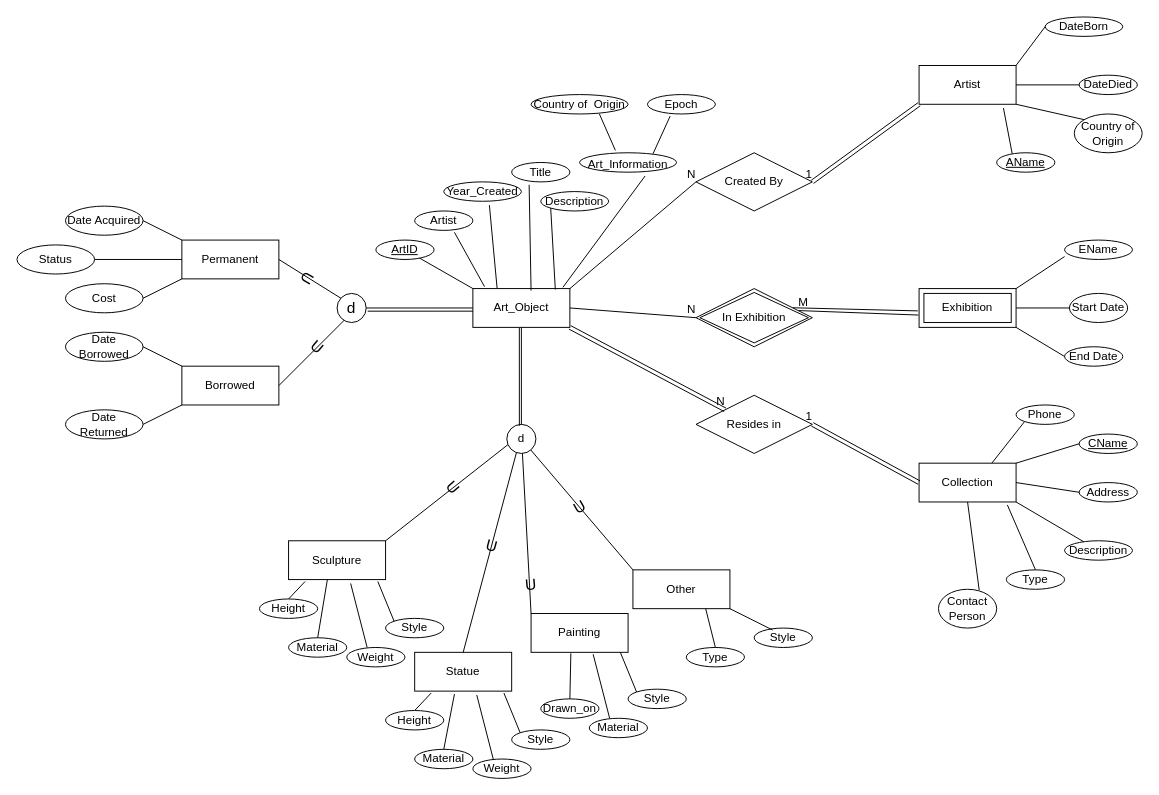
This is database design/eerdMusem.drawio from ENSF-300-F23/museum-project-l02-group-22, a draw.io file, before an edit. Source tidied: cells renumbered, new cells numbered last; positions are measured from the earlier drawing's top-left corner, leaving out a move shared by most shapes. Both pictures are drawn from the tidied source at 97%, with x=0, y=0 at pixel (16, 16).
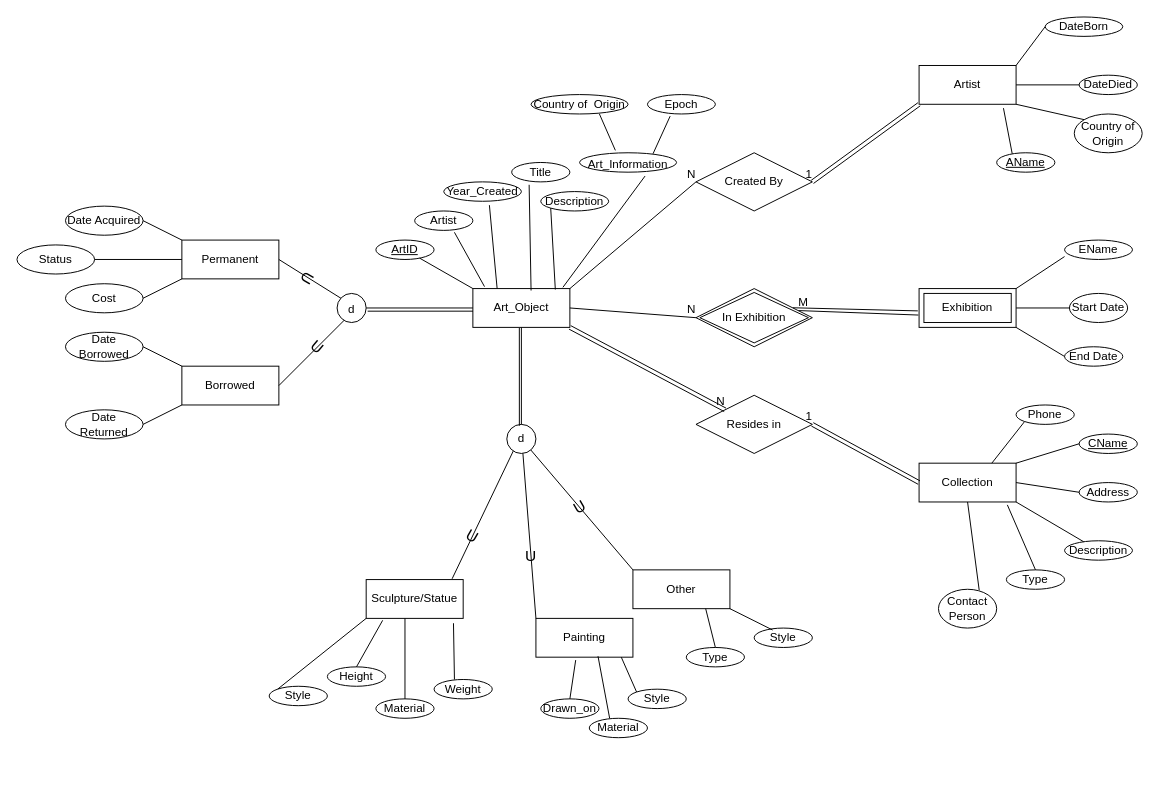
The same page after the edit.

Commit message (it also covers changes not shown here):
Added modifications to schema/eerd to match sql

Unchanged cells that the change refers to:
```xml
<mxCell id="36" value="Drawn_on" style="ellipse;whiteSpace=wrap;html=1;align=center;" parent="1" vertex="1">
  <mxGeometry x="540" y="703" width="60" height="20" as="geometry" />
</mxCell>
<mxCell id="37" value="Material" style="ellipse;whiteSpace=wrap;html=1;align=center;" parent="1" vertex="1">
  <mxGeometry x="590" y="723" width="60" height="20" as="geometry" />
</mxCell>
<mxCell id="38" value="Style" style="ellipse;whiteSpace=wrap;html=1;align=center;" parent="1" vertex="1">
  <mxGeometry x="630" y="693" width="60" height="20" as="geometry" />
</mxCell>
```

Diff of the diagram source:
```diff
@@
-    <mxCell id="3" value="Sculpture" style="whiteSpace=wrap;html=1;align=center;" parent="1" vertex="1">
-      <mxGeometry x="280" y="540" width="100" height="40" as="geometry" />
+    <mxCell id="3" value="Sculpture/Statue" style="whiteSpace=wrap;html=1;align=center;" parent="1" vertex="1">
+      <mxGeometry x="360" y="580" width="100" height="40" as="geometry" />
     </mxCell>
-    <mxCell id="4" value="Statue" style="whiteSpace=wrap;html=1;align=center;" parent="1" vertex="1">
-      <mxGeometry x="410" y="655" width="100" height="40" as="geometry" />
-    </mxCell>
     <mxCell id="5" value="Painting" style="whiteSpace=wrap;html=1;align=center;" parent="1" vertex="1">
-      <mxGeometry x="530" y="615" width="100" height="40" as="geometry" />
+      <mxGeometry x="535" y="620" width="100" height="40" as="geometry" />
     </mxCell>
@@
-    <mxCell id="9" style="endArrow=none;html=1;exitX=1;exitY=0;exitDx=0;exitDy=0;" parent="1" edge="1" source="3">
+    <mxCell id="9" style="endArrow=none;html=1;exitX=0.886;exitY=-0.02;exitDx=0;exitDy=0;exitPerimeter=0;" parent="1" edge="1" source="3">
       <mxGeometry relative="1" as="geometry">
         <mxPoint x="520" y="430" as="targetPoint" />
       </mxGeometry>
     </mxCell>
@@
-    <mxCell id="20" style="endArrow=none;html=1;entryX=0.17;entryY=1.05;entryDx=0;entryDy=0;entryPerimeter=0;" parent="1" edge="1" target="3">
-      <mxGeometry relative="1" as="geometry">
-        <mxPoint x="280" y="600" as="sourcePoint" />
-      </mxGeometry>
+    <mxCell id="20" style="endArrow=none;html=1;entryX=0.17;entryY=1.05;entryDx=0;entryDy=0;entryPerimeter=0;exitX=0.5;exitY=0;exitDx=0;exitDy=0;" parent="1" edge="1" source="21" target="3">
+      <mxGeometry relative="1" as="geometry" />
     </mxCell>
     <mxCell id="21" value="Height" style="ellipse;whiteSpace=wrap;html=1;align=center;" parent="1" vertex="1">
-      <mxGeometry x="250" y="600" width="60" height="20" as="geometry" />
+      <mxGeometry x="320" y="670" width="60" height="20" as="geometry" />
     </mxCell>
     <mxCell id="22" value="Material" style="ellipse;whiteSpace=wrap;html=1;align=center;" parent="1" vertex="1">
-      <mxGeometry x="280" y="640" width="60" height="20" as="geometry" />
+      <mxGeometry x="370" y="703" width="60" height="20" as="geometry" />
     </mxCell>
@@
     <mxCell id="24" value="Weight" style="ellipse;whiteSpace=wrap;html=1;align=center;" parent="1" vertex="1">
-      <mxGeometry x="340" y="650" width="60" height="20" as="geometry" />
+      <mxGeometry x="430" y="683" width="60" height="20" as="geometry" />
     </mxCell>
     <mxCell id="25" value="Style" style="ellipse;whiteSpace=wrap;html=1;align=center;" parent="1" vertex="1">
-      <mxGeometry x="380" y="620" width="60" height="20" as="geometry" />
+      <mxGeometry x="260" y="690" width="60" height="20" as="geometry" />
     </mxCell>
-    <mxCell id="26" style="endArrow=none;html=1;entryX=0.64;entryY=1.1;entryDx=0;entryDy=0;entryPerimeter=0;exitX=0.35;exitY=0;exitDx=0;exitDy=0;exitPerimeter=0;" parent="1" edge="1" source="24" target="3">
+    <mxCell id="26" style="endArrow=none;html=1;entryX=0.9;entryY=1.125;entryDx=0;entryDy=0;entryPerimeter=0;exitX=0.35;exitY=0;exitDx=0;exitDy=0;exitPerimeter=0;" parent="1" edge="1" source="24" target="3">
       <mxGeometry relative="1" as="geometry" />
     </mxCell>
-    <mxCell id="27" style="endArrow=none;html=1;entryX=0.92;entryY=1.05;entryDx=0;entryDy=0;entryPerimeter=0;exitX=0;exitY=0;exitDx=0;exitDy=0;" parent="1" edge="1" source="25" target="3">
+    <mxCell id="27" style="endArrow=none;html=1;entryX=0;entryY=1;entryDx=0;entryDy=0;exitX=0;exitY=0;exitDx=0;exitDy=0;" parent="1" edge="1" source="25" target="3">
       <mxGeometry relative="1" as="geometry" />
     </mxCell>
-    <mxCell id="28" style="endArrow=none;html=1;entryX=0.17;entryY=1.05;entryDx=0;entryDy=0;entryPerimeter=0;" parent="1" edge="1">
-      <mxGeometry relative="1" as="geometry">
-        <mxPoint x="410" y="715" as="sourcePoint" />
-        <mxPoint x="427" y="697" as="targetPoint" />
-      </mxGeometry>
-    </mxCell>
-    <mxCell id="29" value="Height" style="ellipse;whiteSpace=wrap;html=1;align=center;" parent="1" vertex="1">
-      <mxGeometry x="380" y="715" width="60" height="20" as="geometry" />
-    </mxCell>
-    <mxCell id="30" value="Material" style="ellipse;whiteSpace=wrap;html=1;align=center;" parent="1" vertex="1">
-      <mxGeometry x="410" y="755" width="60" height="20" as="geometry" />
-    </mxCell>
-    <mxCell id="31" value="Weight" style="ellipse;whiteSpace=wrap;html=1;align=center;" parent="1" vertex="1">
-      <mxGeometry x="470" y="765" width="60" height="20" as="geometry" />
-    </mxCell>
-    <mxCell id="32" value="Style" style="ellipse;whiteSpace=wrap;html=1;align=center;" parent="1" vertex="1">
-      <mxGeometry x="510" y="735" width="60" height="20" as="geometry" />
-    </mxCell>
-    <mxCell id="33" style="endArrow=none;html=1;entryX=0.64;entryY=1.1;entryDx=0;entryDy=0;entryPerimeter=0;exitX=0.35;exitY=0;exitDx=0;exitDy=0;exitPerimeter=0;" parent="1" edge="1" source="31">
-      <mxGeometry relative="1" as="geometry">
-        <mxPoint x="474" y="699" as="targetPoint" />
-      </mxGeometry>
-    </mxCell>
-    <mxCell id="34" style="endArrow=none;html=1;entryX=0.92;entryY=1.05;entryDx=0;entryDy=0;entryPerimeter=0;exitX=0;exitY=0;exitDx=0;exitDy=0;" parent="1" edge="1" source="32">
-      <mxGeometry relative="1" as="geometry">
-        <mxPoint x="502" y="697" as="targetPoint" />
-      </mxGeometry>
-    </mxCell>
-    <mxCell id="35" style="endArrow=none;html=1;entryX=0.41;entryY=1.075;entryDx=0;entryDy=0;entryPerimeter=0;exitX=0.5;exitY=0;exitDx=0;exitDy=0;" parent="1" edge="1" source="30" target="4">
-      <mxGeometry relative="1" as="geometry" />
-    </mxCell>
@@
-    <mxCell id="39" style="endArrow=none;html=1;entryX=0.64;entryY=1.1;entryDx=0;entryDy=0;entryPerimeter=0;exitX=0.35;exitY=0;exitDx=0;exitDy=0;exitPerimeter=0;" parent="1" edge="1" source="37">
-      <mxGeometry relative="1" as="geometry">
-        <mxPoint x="594" y="657" as="targetPoint" />
-      </mxGeometry>
+    <mxCell id="39" style="endArrow=none;html=1;entryX=0.64;entryY=0.975;entryDx=0;entryDy=0;exitX=0.35;exitY=0;exitDx=0;exitDy=0;exitPerimeter=0;entryPerimeter=0;" parent="1" edge="1" source="37" target="5">
+      <mxGeometry relative="1" as="geometry" />
     </mxCell>
-    <mxCell id="40" style="endArrow=none;html=1;entryX=0.92;entryY=1.05;entryDx=0;entryDy=0;entryPerimeter=0;exitX=0;exitY=0;exitDx=0;exitDy=0;" parent="1" edge="1" source="38">
-      <mxGeometry relative="1" as="geometry">
-        <mxPoint x="622" y="655" as="targetPoint" />
-      </mxGeometry>
+    <mxCell id="40" style="endArrow=none;html=1;entryX=0.88;entryY=1;entryDx=0;entryDy=0;entryPerimeter=0;exitX=0;exitY=0;exitDx=0;exitDy=0;" parent="1" edge="1" source="38" target="5">
+      <mxGeometry relative="1" as="geometry" />
     </mxCell>
-    <mxCell id="41" style="endArrow=none;html=1;entryX=0.41;entryY=1.075;entryDx=0;entryDy=0;entryPerimeter=0;exitX=0.5;exitY=0;exitDx=0;exitDy=0;" parent="1" edge="1" source="36">
-      <mxGeometry relative="1" as="geometry">
-        <mxPoint x="571" y="656" as="targetPoint" />
-      </mxGeometry>
+    <mxCell id="41" style="endArrow=none;html=1;entryX=0.41;entryY=1.075;entryDx=0;entryDy=0;entryPerimeter=0;exitX=0.5;exitY=0;exitDx=0;exitDy=0;" parent="1" edge="1" source="36" target="5">
+      <mxGeometry relative="1" as="geometry" />
     </mxCell>
@@
-    <mxCell id="44" style="endArrow=none;html=1;exitX=0.5;exitY=0;exitDx=0;exitDy=0;" parent="1" edge="1" source="4">
-      <mxGeometry relative="1" as="geometry">
-        <mxPoint x="520" y="430" as="targetPoint" />
-      </mxGeometry>
-    </mxCell>
@@
-    <mxCell id="111" value="&lt;font style=&quot;font-size: 16px;&quot;&gt;U&lt;/font&gt;" style="text;html=1;strokeColor=none;fillColor=none;align=center;verticalAlign=middle;whiteSpace=wrap;rounded=0;rotation=49;" parent="1" vertex="1">
-      <mxGeometry x="420" y="470" width="60" height="30" as="geometry" />
+    <mxCell id="111" value="&lt;font style=&quot;font-size: 16px;&quot;&gt;U&lt;/font&gt;" style="text;html=1;strokeColor=none;fillColor=none;align=center;verticalAlign=middle;whiteSpace=wrap;rounded=0;rotation=30;" parent="1" vertex="1">
+      <mxGeometry x="440" y="520" width="60" height="30" as="geometry" />
     </mxCell>
-    <mxCell id="112" value="&lt;font style=&quot;font-size: 16px;&quot;&gt;U&lt;/font&gt;" style="text;html=1;strokeColor=none;fillColor=none;align=center;verticalAlign=middle;whiteSpace=wrap;rounded=0;rotation=15;" parent="1" vertex="1">
-      <mxGeometry x="460" y="530" width="60" height="30" as="geometry" />
-    </mxCell>
-    <mxCell id="113" value="&lt;font style=&quot;font-size: 16px;&quot;&gt;U&lt;/font&gt;" style="text;html=1;strokeColor=none;fillColor=none;align=center;verticalAlign=middle;whiteSpace=wrap;rounded=0;rotation=-5;" parent="1" vertex="1">
-      <mxGeometry x="500" y="570" width="60" height="30" as="geometry" />
+    <mxCell id="113" value="&lt;font style=&quot;font-size: 16px;&quot;&gt;U&lt;/font&gt;" style="text;html=1;strokeColor=none;fillColor=none;align=center;verticalAlign=middle;whiteSpace=wrap;rounded=0;rotation=0;" parent="1" vertex="1">
+      <mxGeometry x="500" y="540" width="60" height="30" as="geometry" />
     </mxCell>
@@
-    <mxCell id="116" value="d" style="ellipse;whiteSpace=wrap;html=1;fontSize=16;" parent="1" vertex="1">
+    <mxCell id="116" value="&lt;font style=&quot;font-size: 12px;&quot;&gt;d&lt;/font&gt;" style="ellipse;whiteSpace=wrap;html=1;fontSize=16;" parent="1" vertex="1">
       <mxGeometry x="330" y="285" width="30" height="30" as="geometry" />
     </mxCell>
```
